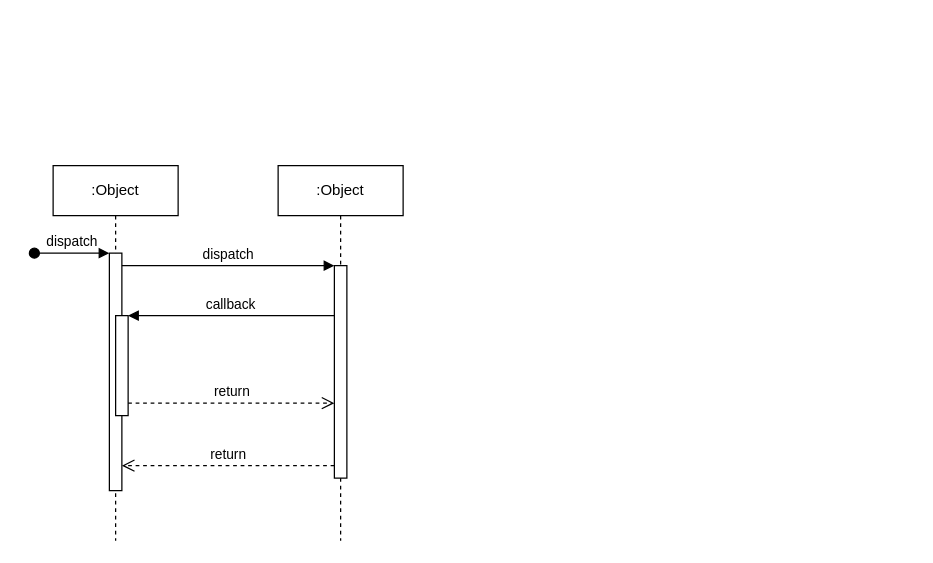
Before: Sequence_tut3.drawio in limx0139/Project-Real-Estate-Price-Predictor, a draw.io diagram. Source tidied: cells renumbered, new cells numbered last; positions are measured from the earlier drawing's top-left corner, leaving out a move shared by most shapes. Both pictures are drawn from the tidied source at 125%, with x=0, y=0 at pixel (34, 165).
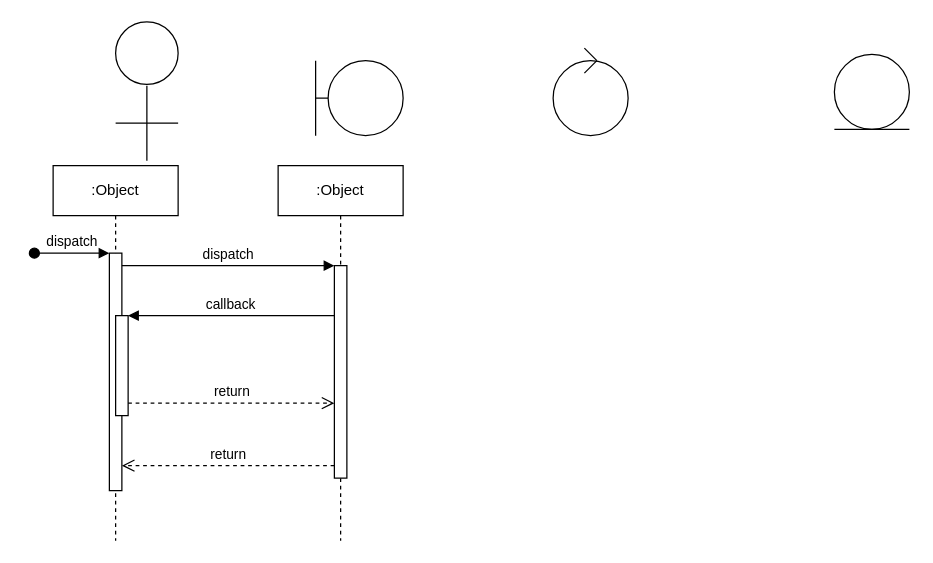
The same diagram, later.

Change to the diagram source:
```diff
@@
+    <mxCell id="12" style="ellipse;whiteSpace=wrap;html=1;" parent="1" vertex="1">
+      <mxGeometry x="65" y="-115" width="50" height="50" as="geometry" />
+    </mxCell>
+    <mxCell id="13" style="endArrow=none;html=1;rounded=0;" parent="1" edge="1">
+      <mxGeometry relative="1" as="geometry">
+        <mxPoint x="65" y="-34" as="sourcePoint" />
+        <mxPoint x="115" y="-34" as="targetPoint" />
+      </mxGeometry>
+    </mxCell>
+    <mxCell id="14" style="endArrow=none;html=1;rounded=0;" parent="1" edge="1">
+      <mxGeometry relative="1" as="geometry">
+        <mxPoint x="90" y="-4" as="sourcePoint" />
+        <mxPoint x="90" y="-64" as="targetPoint" />
+      </mxGeometry>
+    </mxCell>
+    <mxCell id="15" style="group;" parent="1" vertex="1">
+      <mxGeometry x="225" y="-84" width="70" height="60" as="geometry" />
+    </mxCell>
+    <mxCell id="16" style="ellipse;whiteSpace=wrap;html=1;" parent="15" vertex="1">
+      <mxGeometry x="10" width="60" height="60" as="geometry" />
+    </mxCell>
+    <mxCell id="17" style="endArrow=none;html=1;rounded=0;" parent="15" edge="1">
+      <mxGeometry relative="1" as="geometry">
+        <mxPoint y="60" as="sourcePoint" />
+        <mxPoint as="targetPoint" />
+      </mxGeometry>
+    </mxCell>
+    <mxCell id="18" style="endArrow=none;html=1;rounded=0;entryX=0;entryY=0.5;entryDx=0;entryDy=0;" parent="15" edge="1" target="16">
+      <mxGeometry relative="1" as="geometry">
+        <mxPoint y="30" as="sourcePoint" />
+      </mxGeometry>
+    </mxCell>
+    <mxCell id="19" style="group;rotation=-90;" parent="1" vertex="1">
+      <mxGeometry x="635" y="-84" width="70" height="60" as="geometry" />
+    </mxCell>
+    <mxCell id="20" style="ellipse;whiteSpace=wrap;html=1;rotation=-90;" parent="19" vertex="1">
+      <mxGeometry x="5" y="-5" width="60" height="60" as="geometry" />
+    </mxCell>
+    <mxCell id="21" style="endArrow=none;html=1;rounded=0;" parent="19" edge="1">
+      <mxGeometry relative="1" as="geometry">
+        <mxPoint x="65" y="55" as="sourcePoint" />
+        <mxPoint x="5" y="55" as="targetPoint" />
+      </mxGeometry>
+    </mxCell>
+    <mxCell id="22" style="group;rotation=-90;" parent="1" vertex="1">
+      <mxGeometry x="415" y="-74" width="95" height="60" as="geometry" />
+    </mxCell>
+    <mxCell id="23" style="endArrow=none;html=1;rounded=0;" parent="22" edge="1">
+      <mxGeometry relative="1" as="geometry">
+        <mxPoint x="25" y="-20" as="sourcePoint" />
+        <mxPoint x="35" y="-10" as="targetPoint" />
+      </mxGeometry>
+    </mxCell>
+    <mxCell id="24" style="ellipse;whiteSpace=wrap;html=1;rotation=-90;" parent="22" vertex="1">
+      <mxGeometry y="-10" width="60" height="60" as="geometry" />
+    </mxCell>
+    <mxCell id="25" style="endArrow=none;html=1;rounded=0;" parent="22" edge="1">
+      <mxGeometry relative="1" as="geometry">
+        <mxPoint x="25" as="sourcePoint" />
+        <mxPoint x="35" y="-10" as="targetPoint" />
+      </mxGeometry>
+    </mxCell>
```
